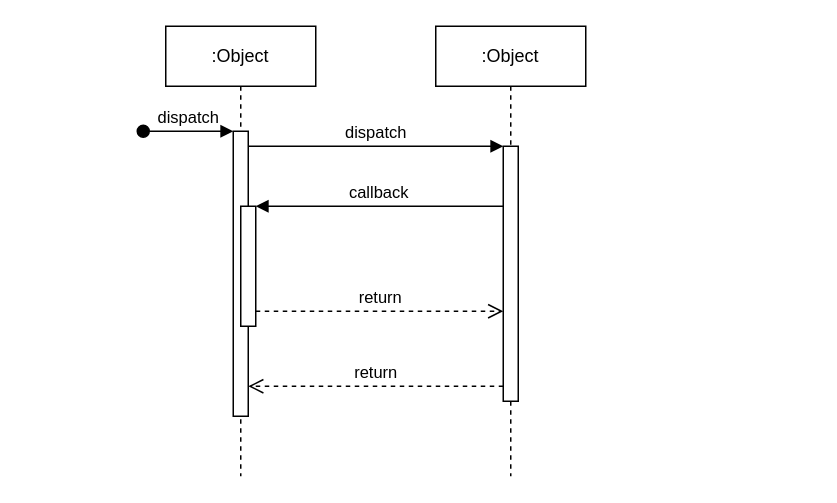
This is Diagrama sin título.drawio from DrunkedOwl/DrunkedOwl, a draw.io file, before an edit. Source tidied: cells renumbered, new cells numbered last; positions are measured from the earlier drawing's top-left corner, leaving out a move shared by most shapes. Both pictures are drawn from the tidied source at 150%, with x=0, y=0 at pixel (142, 26).
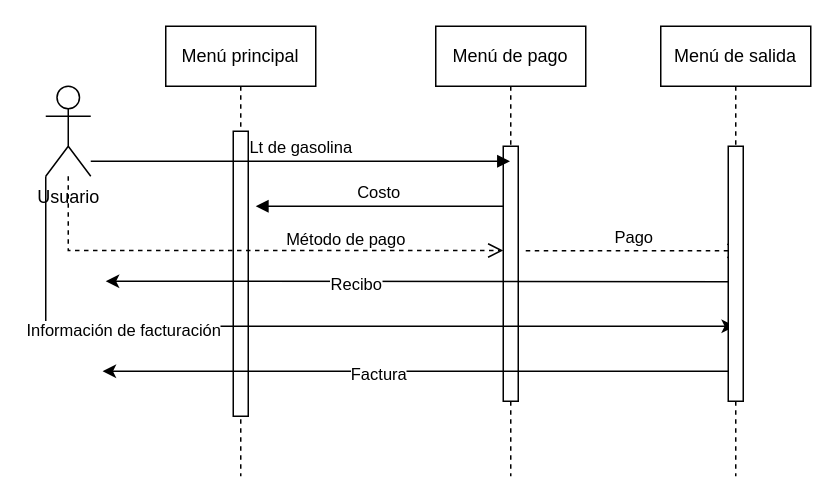
The same diagram, later.

The change refers to these unchanged cells:
```xml
<mxCell id="3" style="html=1;points=[];perimeter=orthogonalPerimeter;outlineConnect=0;targetShapes=umlLifeline;portConstraint=eastwest;newEdgeStyle={&quot;edgeStyle&quot;:&quot;elbowEdgeStyle&quot;,&quot;elbow&quot;:&quot;vertical&quot;,&quot;curved&quot;:0,&quot;rounded&quot;:0};" parent="2" vertex="1">
  <mxGeometry x="45" y="70" width="10" height="190" as="geometry" />
</mxCell>
<mxCell id="7" style="html=1;points=[];perimeter=orthogonalPerimeter;outlineConnect=0;targetShapes=umlLifeline;portConstraint=eastwest;newEdgeStyle={&quot;edgeStyle&quot;:&quot;elbowEdgeStyle&quot;,&quot;elbow&quot;:&quot;vertical&quot;,&quot;curved&quot;:0,&quot;rounded&quot;:0};" parent="6" vertex="1">
  <mxGeometry x="45" y="80" width="10" height="170" as="geometry" />
</mxCell>
```

What changed in the source:
```diff
@@
-    <mxCell id="2" value=":Object" style="shape=umlLifeline;perimeter=lifelinePerimeter;whiteSpace=wrap;html=1;newEdgeStyle={&quot;edgeStyle&quot;:&quot;elbowEdgeStyle&quot;,&quot;elbow&quot;:&quot;vertical&quot;,&quot;curved&quot;:0,&quot;rounded&quot;:0};" parent="1" vertex="1">
+    <mxCell id="2" value="Menú&lt;span style=&quot;background-color: initial;&quot;&gt;&amp;nbsp;principal&lt;/span&gt;" style="shape=umlLifeline;perimeter=lifelinePerimeter;whiteSpace=wrap;html=1;newEdgeStyle={&quot;edgeStyle&quot;:&quot;elbowEdgeStyle&quot;,&quot;elbow&quot;:&quot;vertical&quot;,&quot;curved&quot;:0,&quot;rounded&quot;:0};" parent="1" vertex="1">
       <mxGeometry x="15" width="100" height="300" as="geometry" />
     </mxCell>
@@
-    <mxCell id="4" value="dispatch" style="html=1;verticalAlign=bottom;startArrow=oval;endArrow=block;startSize=8;edgeStyle=elbowEdgeStyle;elbow=vertical;curved=0;rounded=0;" parent="2" edge="1" target="3">
-      <mxGeometry relative="1" as="geometry">
-        <mxPoint x="-15" y="70" as="sourcePoint" />
-      </mxGeometry>
-    </mxCell>
-    <mxCell id="5" style="html=1;points=[];perimeter=orthogonalPerimeter;outlineConnect=0;targetShapes=umlLifeline;portConstraint=eastwest;newEdgeStyle={&quot;edgeStyle&quot;:&quot;elbowEdgeStyle&quot;,&quot;elbow&quot;:&quot;vertical&quot;,&quot;curved&quot;:0,&quot;rounded&quot;:0};" parent="2" vertex="1">
-      <mxGeometry x="50" y="120" width="10" height="80" as="geometry" />
-    </mxCell>
-    <mxCell id="6" value=":Object" style="shape=umlLifeline;perimeter=lifelinePerimeter;whiteSpace=wrap;html=1;outlineConnect=0;portConstraint=eastwest;newEdgeStyle={&quot;edgeStyle&quot;:&quot;elbowEdgeStyle&quot;,&quot;elbow&quot;:&quot;vertical&quot;,&quot;curved&quot;:0,&quot;rounded&quot;:0};" parent="1" vertex="1">
+    <mxCell id="6" value="Menú de pago" style="shape=umlLifeline;perimeter=lifelinePerimeter;whiteSpace=wrap;html=1;outlineConnect=0;portConstraint=eastwest;newEdgeStyle={&quot;edgeStyle&quot;:&quot;elbowEdgeStyle&quot;,&quot;elbow&quot;:&quot;vertical&quot;,&quot;curved&quot;:0,&quot;rounded&quot;:0};" parent="1" vertex="1">
       <mxGeometry x="195" width="100" height="300" as="geometry" />
     </mxCell>
@@
-    <mxCell id="8" value="dispatch" style="html=1;verticalAlign=bottom;endArrow=block;edgeStyle=elbowEdgeStyle;elbow=vertical;curved=0;rounded=0;" parent="1" edge="1" source="3" target="7">
+    <mxCell id="8" value="Lt de gasolina" style="html=1;verticalAlign=bottom;endArrow=block;edgeStyle=elbowEdgeStyle;elbow=vertical;curved=0;rounded=0;" parent="1" edge="1" target="6">
       <mxGeometry relative="1" as="geometry">
-        <Array as="points">
-          <mxPoint x="155" y="80" />
-        </Array>
+        <mxPoint x="-35" y="90" as="sourcePoint" />
       </mxGeometry>
     </mxCell>
-    <mxCell id="9" value="return" style="html=1;verticalAlign=bottom;endArrow=open;dashed=1;endSize=8;edgeStyle=elbowEdgeStyle;elbow=vertical;curved=0;rounded=0;" parent="1" edge="1" source="7" target="3">
+    <mxCell id="9" value="Pago" style="html=1;verticalAlign=bottom;endArrow=open;dashed=1;endSize=8;edgeStyle=elbowEdgeStyle;elbow=horizontal;curved=0;rounded=0;" parent="1" edge="1">
       <mxGeometry relative="1" as="geometry">
-        <Array as="points">
-          <mxPoint x="165" y="240" />
-        </Array>
+        <mxPoint x="255" y="149.7" as="sourcePoint" />
+        <mxPoint x="399.5" y="149.7" as="targetPoint" />
       </mxGeometry>
     </mxCell>
-    <mxCell id="10" value="callback" style="html=1;verticalAlign=bottom;endArrow=block;edgeStyle=elbowEdgeStyle;elbow=vertical;curved=0;rounded=0;" parent="1" edge="1" source="7" target="5">
+    <mxCell id="10" value="Costo" style="html=1;verticalAlign=bottom;endArrow=block;edgeStyle=elbowEdgeStyle;elbow=horizontal;curved=0;rounded=0;" parent="1" edge="1" source="7">
       <mxGeometry relative="1" as="geometry">
+        <mxPoint x="75" y="120" as="targetPoint" />
         <Array as="points">
           <mxPoint x="165" y="120" />
         </Array>
       </mxGeometry>
     </mxCell>
-    <mxCell id="11" value="return" style="html=1;verticalAlign=bottom;endArrow=open;dashed=1;endSize=8;edgeStyle=elbowEdgeStyle;elbow=vertical;curved=0;rounded=0;" parent="1" edge="1" source="5" target="7">
-      <mxGeometry relative="1" as="geometry">
+    <mxCell id="11" value="Método de pago" style="html=1;verticalAlign=bottom;endArrow=open;dashed=1;endSize=8;edgeStyle=elbowEdgeStyle;elbow=vertical;curved=0;rounded=0;" parent="1" edge="1" source="14">
+      <mxGeometry x="0.38" relative="1" as="geometry">
+        <mxPoint x="240" y="149.5" as="targetPoint" />
         <Array as="points">
-          <mxPoint x="155" y="190" />
+          <mxPoint x="155" y="149.5" />
         </Array>
+        <mxPoint y="1" as="offset" />
       </mxGeometry>
     </mxCell>
+    <mxCell id="12" style="edgeStyle=orthogonalEdgeStyle;rounded=0;jettySize=auto;html=1;exitX=0;exitY=1;exitDx=0;exitDy=0;exitPerimeter=0;" parent="1" edge="1" source="14" target="15">
+      <mxGeometry relative="1" as="geometry">
+        <Array as="points">
+          <mxPoint x="-65" y="200" />
+        </Array>
+      </mxGeometry>
+    </mxCell>
+    <mxCell id="13" value="Información de facturación" style="edgeLabel;html=1;align=center;verticalAlign=middle;" parent="12" vertex="1">
+      <mxGeometry x="-0.46" y="-2" relative="1" as="geometry" />
+    </mxCell>
+    <mxCell id="14" value="Usuario" style="shape=umlActor;verticalLabelPosition=bottom;verticalAlign=top;html=1;outlineConnect=0;" parent="1" vertex="1">
+      <mxGeometry x="-65" y="40" width="30" height="60" as="geometry" />
+    </mxCell>
+    <mxCell id="15" value="Menú de salida" style="shape=umlLifeline;perimeter=lifelinePerimeter;whiteSpace=wrap;html=1;outlineConnect=0;portConstraint=eastwest;newEdgeStyle={&quot;edgeStyle&quot;:&quot;elbowEdgeStyle&quot;,&quot;elbow&quot;:&quot;vertical&quot;,&quot;curved&quot;:0,&quot;rounded&quot;:0};" parent="1" vertex="1">
+      <mxGeometry x="345" width="100" height="300" as="geometry" />
+    </mxCell>
+    <mxCell id="16" style="edgeStyle=elbowEdgeStyle;rounded=0;jettySize=auto;html=1;elbow=vertical;curved=0;" parent="15" edge="1" source="18">
+      <mxGeometry relative="1" as="geometry">
+        <mxPoint x="-372.1" y="230" as="targetPoint" />
+      </mxGeometry>
+    </mxCell>
+    <mxCell id="17" value="Factura" style="edgeLabel;html=1;align=center;verticalAlign=middle;" parent="16" vertex="1">
+      <mxGeometry x="0.12" y="1" relative="1" as="geometry" />
+    </mxCell>
+    <mxCell id="18" style="html=1;points=[];perimeter=orthogonalPerimeter;outlineConnect=0;targetShapes=umlLifeline;portConstraint=eastwest;newEdgeStyle={&quot;edgeStyle&quot;:&quot;elbowEdgeStyle&quot;,&quot;elbow&quot;:&quot;vertical&quot;,&quot;curved&quot;:0,&quot;rounded&quot;:0};" parent="15" vertex="1">
+      <mxGeometry x="45" y="80" width="10" height="170" as="geometry" />
+    </mxCell>
+    <mxCell id="19" style="edgeStyle=elbowEdgeStyle;rounded=0;orthogonalLoop=1;jettySize=auto;html=1;elbow=vertical;curved=0;" parent="1" edge="1">
+      <mxGeometry relative="1" as="geometry">
+        <mxPoint x="390" y="170.3" as="sourcePoint" />
+        <mxPoint x="-25" y="170" as="targetPoint" />
+      </mxGeometry>
+    </mxCell>
+    <mxCell id="20" value="Recibo" style="edgeLabel;html=1;align=center;verticalAlign=middle;" parent="19" vertex="1">
+      <mxGeometry x="0.2" y="1" relative="1" as="geometry" />
+    </mxCell>
```
